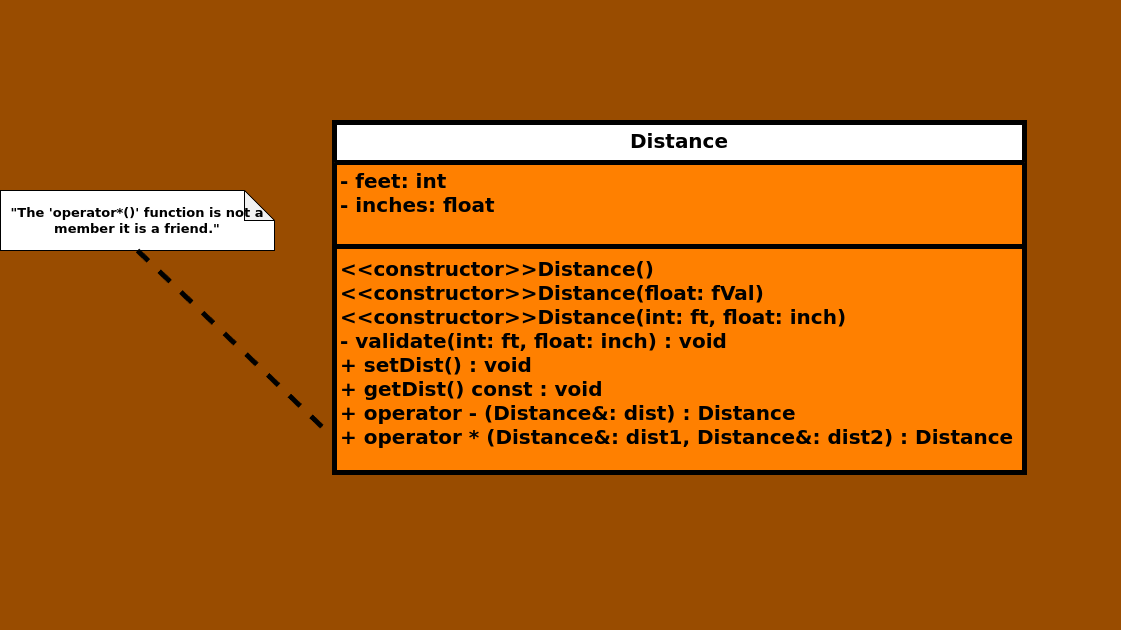
Alsayed-Aldkhakhni/CPP keeps this draw.io diagram as Book/Exercises/Chapter11/Ex02/class-diagram.png. Above is the earlier version. Source tidied: cells renumbered, new cells last; positions are measured from the earlier drawing's top-left corner, leaving out a move shared by most shapes.
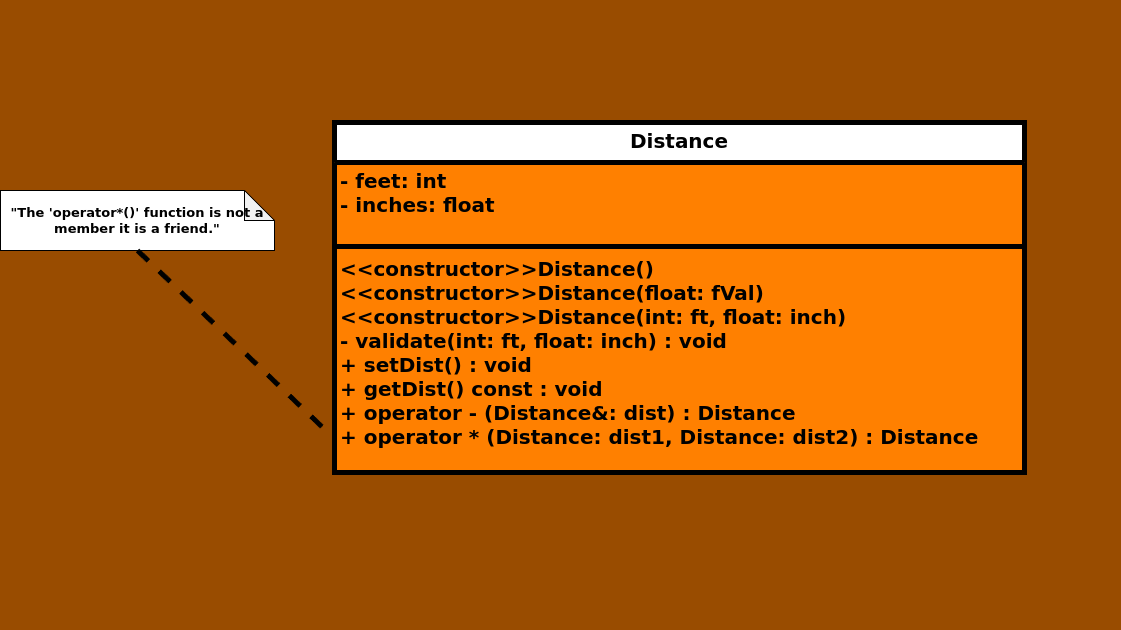
After the change.

Commit message:
UML Distance class diagram.

Change to the diagram source:
```diff
@@ -11,7 +11,7 @@
     <mxCell id="4" style="line;strokeWidth=5;fillColor=none;align=left;verticalAlign=middle;spacingTop=-1;spacingLeft=3;spacingRight=3;labelPosition=right;strokeColor=inherit;" parent="2" vertex="1">
       <mxGeometry y="120" width="690" height="8" as="geometry" />
     </mxCell>
-    <mxCell id="5" value="&lt;div&gt;&lt;b style=&quot;font-size: 20px;&quot;&gt;&amp;lt;&amp;lt;constructor&amp;gt;&amp;gt;&lt;/b&gt;&lt;span style=&quot;font-size: 20px; font-weight: 700; text-align: center;&quot;&gt;Distance&lt;/span&gt;&lt;b style=&quot;font-size: 20px;&quot;&gt;()&lt;/b&gt;&lt;/div&gt;&lt;div&gt;&lt;b style=&quot;font-size: 20px;&quot;&gt;&amp;lt;&amp;lt;constructor&amp;gt;&amp;gt;&lt;/b&gt;&lt;span style=&quot;font-size: 20px; font-weight: 700; text-align: center;&quot;&gt;Distance&lt;/span&gt;&lt;b style=&quot;font-size: 20px;&quot;&gt;(float: fVal)&lt;/b&gt;&lt;b style=&quot;font-size: 20px;&quot;&gt;&lt;br&gt;&lt;/b&gt;&lt;/div&gt;&lt;div&gt;&lt;b style=&quot;font-size: 20px;&quot;&gt;&amp;lt;&amp;lt;constructor&amp;gt;&amp;gt;&lt;/b&gt;&lt;span style=&quot;font-size: 20px; font-weight: 700; text-align: center;&quot;&gt;Distance&lt;/span&gt;&lt;b style=&quot;font-size: 20px;&quot;&gt;(int: ft, float: inch)&lt;/b&gt;&lt;b style=&quot;font-size: 20px;&quot;&gt;&lt;br&gt;&lt;/b&gt;&lt;/div&gt;&lt;div&gt;&lt;span style=&quot;font-size: 20px;&quot;&gt;&lt;b&gt;- validate(int: ft, float: inch) : void&lt;/b&gt;&lt;/span&gt;&lt;/div&gt;&lt;div&gt;&lt;span style=&quot;font-size: 20px;&quot;&gt;&lt;b&gt;+ setDist() : void&lt;/b&gt;&lt;/span&gt;&lt;/div&gt;&lt;div&gt;&lt;span style=&quot;font-size: 20px;&quot;&gt;&lt;b&gt;+ getDist() const : void&lt;/b&gt;&lt;/span&gt;&lt;/div&gt;&lt;div&gt;&lt;span style=&quot;font-size: 20px;&quot;&gt;&lt;b&gt;+ operator - (Distance&amp;amp;: dist) : Distance&lt;/b&gt;&lt;/span&gt;&lt;/div&gt;&lt;div&gt;&lt;span style=&quot;font-size: 20px;&quot;&gt;&lt;b&gt;+ operator * (Distance&amp;amp;: dist1, Distance&amp;amp;: dist2) : Distance&lt;/b&gt;&lt;/span&gt;&lt;/div&gt;" style="text;strokeColor=none;fillColor=none;align=left;verticalAlign=top;spacingLeft=4;spacingRight=4;overflow=hidden;points=[[0,0.5],[1,0.5]];portConstraint=eastwest;whiteSpace=wrap;html=1;" parent="2" vertex="1">
+    <mxCell id="5" value="&lt;div&gt;&lt;b style=&quot;font-size: 20px;&quot;&gt;&amp;lt;&amp;lt;constructor&amp;gt;&amp;gt;&lt;/b&gt;&lt;span style=&quot;font-size: 20px; font-weight: 700; text-align: center;&quot;&gt;Distance&lt;/span&gt;&lt;b style=&quot;font-size: 20px;&quot;&gt;()&lt;/b&gt;&lt;/div&gt;&lt;div&gt;&lt;b style=&quot;font-size: 20px;&quot;&gt;&amp;lt;&amp;lt;constructor&amp;gt;&amp;gt;&lt;/b&gt;&lt;span style=&quot;font-size: 20px; font-weight: 700; text-align: center;&quot;&gt;Distance&lt;/span&gt;&lt;b style=&quot;font-size: 20px;&quot;&gt;(float: fVal)&lt;/b&gt;&lt;b style=&quot;font-size: 20px;&quot;&gt;&lt;br&gt;&lt;/b&gt;&lt;/div&gt;&lt;div&gt;&lt;b style=&quot;font-size: 20px;&quot;&gt;&amp;lt;&amp;lt;constructor&amp;gt;&amp;gt;&lt;/b&gt;&lt;span style=&quot;font-size: 20px; font-weight: 700; text-align: center;&quot;&gt;Distance&lt;/span&gt;&lt;b style=&quot;font-size: 20px;&quot;&gt;(int: ft, float: inch)&lt;/b&gt;&lt;b style=&quot;font-size: 20px;&quot;&gt;&lt;br&gt;&lt;/b&gt;&lt;/div&gt;&lt;div&gt;&lt;span style=&quot;font-size: 20px;&quot;&gt;&lt;b&gt;- validate(int: ft, float: inch) : void&lt;/b&gt;&lt;/span&gt;&lt;/div&gt;&lt;div&gt;&lt;span style=&quot;font-size: 20px;&quot;&gt;&lt;b&gt;+ setDist() : void&lt;/b&gt;&lt;/span&gt;&lt;/div&gt;&lt;div&gt;&lt;span style=&quot;font-size: 20px;&quot;&gt;&lt;b&gt;+ getDist() const : void&lt;/b&gt;&lt;/span&gt;&lt;/div&gt;&lt;div&gt;&lt;span style=&quot;font-size: 20px;&quot;&gt;&lt;b&gt;+ operator - (Distance&amp;amp;: dist) : Distance&lt;/b&gt;&lt;/span&gt;&lt;/div&gt;&lt;div&gt;&lt;span style=&quot;font-size: 20px;&quot;&gt;&lt;b&gt;+ operator * (Distance: dist1, Distance: dist2) : Distance&lt;/b&gt;&lt;/span&gt;&lt;/div&gt;" style="text;strokeColor=none;fillColor=none;align=left;verticalAlign=top;spacingLeft=4;spacingRight=4;overflow=hidden;points=[[0,0.5],[1,0.5]];portConstraint=eastwest;whiteSpace=wrap;html=1;" parent="2" vertex="1">
       <mxGeometry y="128" width="690" height="222" as="geometry" />
     </mxCell>
     <mxCell id="6" value="&amp;nbsp;" style="text;html=1;align=center;verticalAlign=middle;strokeColor=none;fillColor=none;" parent="1" vertex="1">
```
